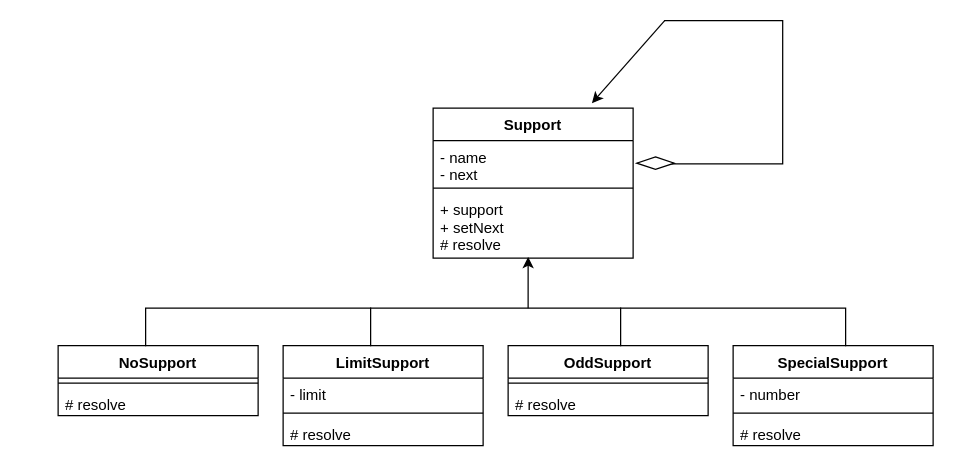
Earlier version of the draw.io diagram 14.ChainOfResponsibility/drwa.chainofresponsibility.drawio (bzy107/php-designpattern). Source tidied: cells renumbered, new cells numbered last; positions are measured from the earlier drawing's top-left corner, leaving out a move shared by most shapes. Both pictures are drawn from the tidied source at 125%, with x=0, y=0 at pixel (58, 32).
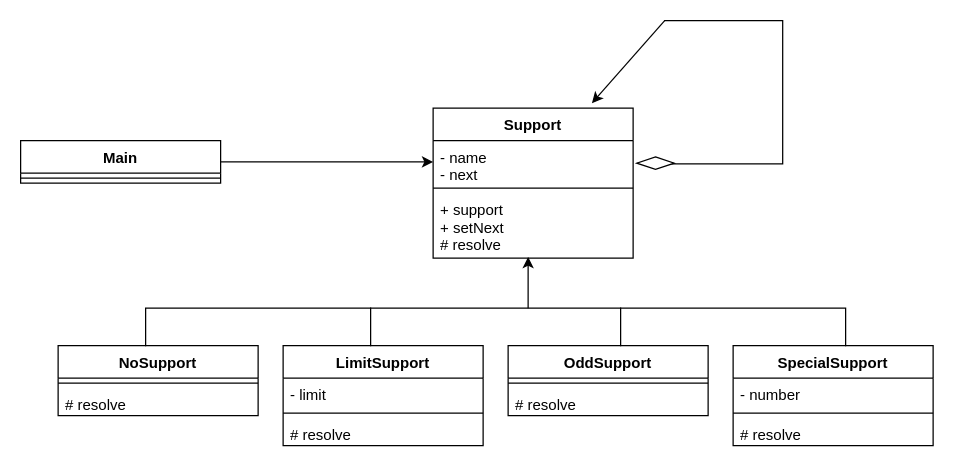
After the change.

Unchanged cells that the change refers to:
```xml
<mxCell id="3" value="- name&#10;- next" style="text;strokeColor=none;fillColor=none;align=left;verticalAlign=top;spacingLeft=4;spacingRight=4;overflow=hidden;points=[[0,0.5],[1,0.5]];portConstraint=eastwest;" parent="2" vertex="1">
  <mxGeometry y="26" width="160" height="34" as="geometry" />
</mxCell>
```

Diff of the diagram source:
```diff
@@
+    <mxCell id="26" value="Main" style="swimlane;fontStyle=1;align=center;verticalAlign=top;horizontal=1;startSize=26;" parent="1" vertex="1">
+      <mxGeometry x="-30" y="86" width="160" height="34" as="geometry" />
+    </mxCell>
+    <mxCell id="27" style="line;strokeWidth=1;fillColor=none;align=left;verticalAlign=middle;spacingTop=-1;spacingLeft=3;spacingRight=3;labelPosition=right;" parent="26" vertex="1">
+      <mxGeometry y="26" width="160" height="8" as="geometry" />
+    </mxCell>
+    <mxCell id="28" style="endArrow=classic;html=1;entryX=0;entryY=0.5;entryDx=0;entryDy=0;exitX=1;exitY=0.5;exitDx=0;exitDy=0;" parent="1" edge="1" source="26" target="3">
+      <mxGeometry relative="1" as="geometry" />
+    </mxCell>
```
